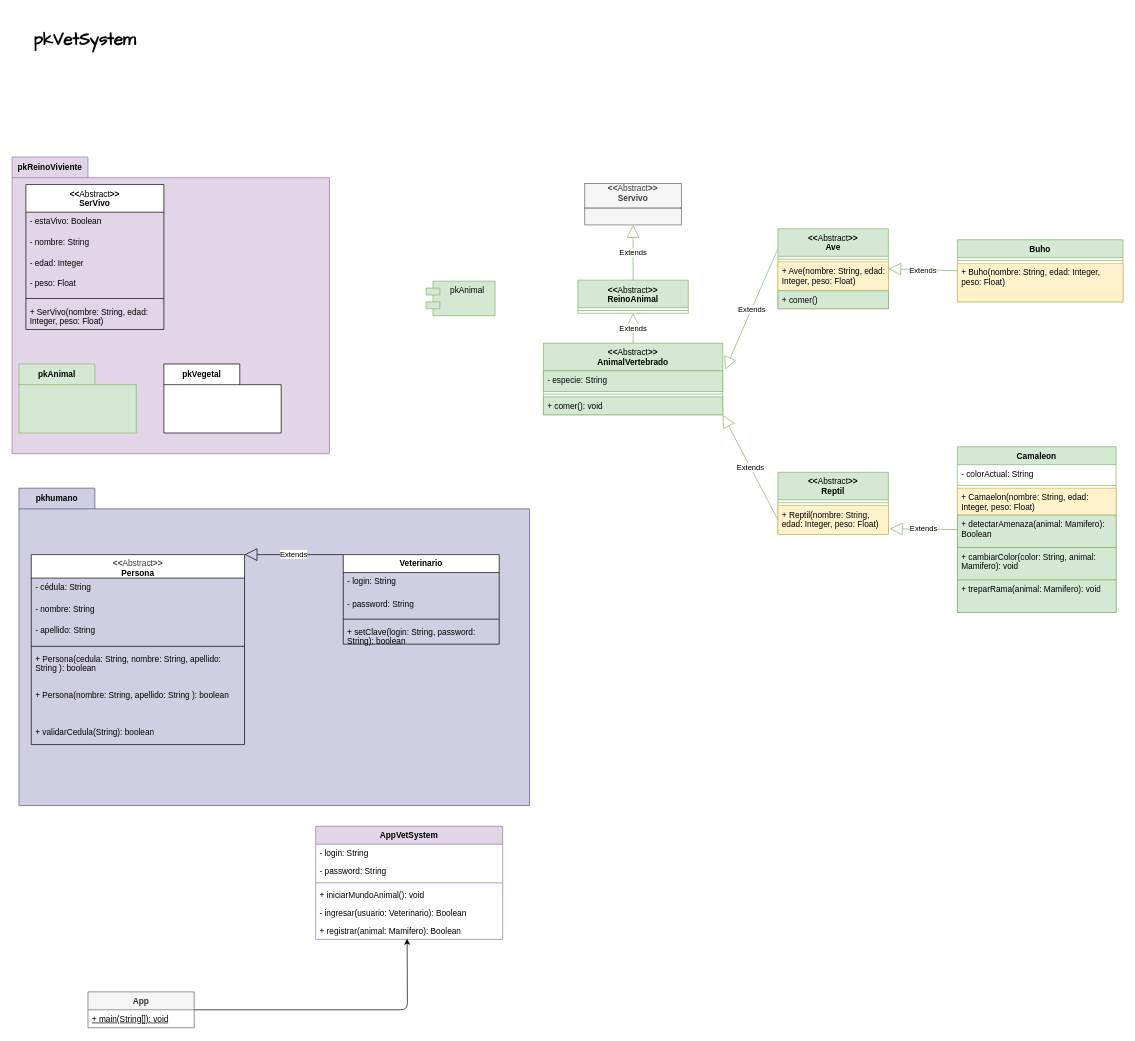
Earlier version of the draw.io diagram g1_ReinoAnimal/design/01ClassDiagram.drawio (Ariana0-0/g1_ReinoAnimal). Source tidied: cells renumbered, new cells numbered last; positions are measured from the earlier drawing's top-left corner, leaving out a move shared by most shapes. Both pictures are drawn from the tidied source at 69%, with x=0, y=0 at pixel (12, 12).
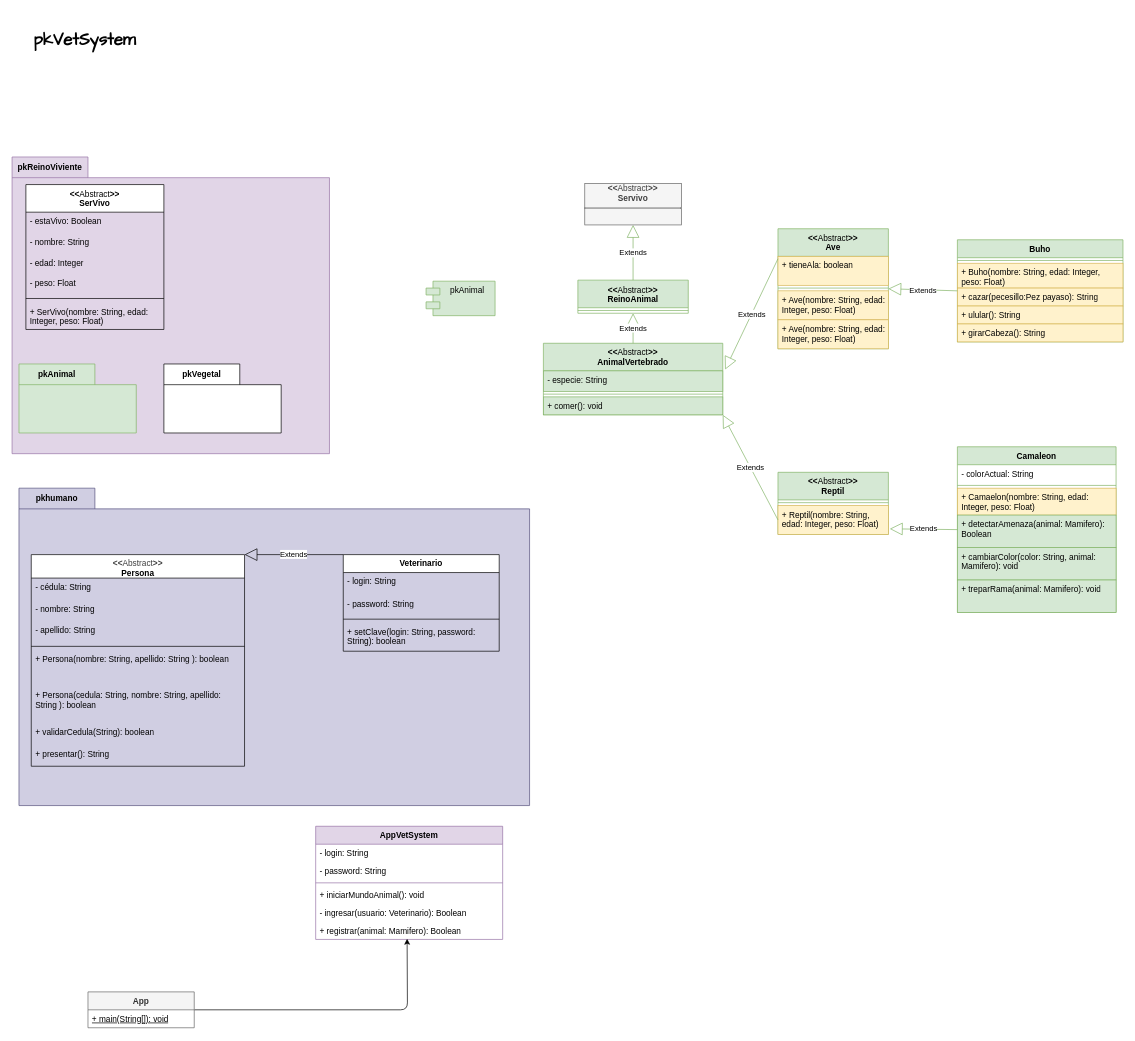
The same diagram, later.

The change refers to these unchanged cells:
```xml
<mxCell id="15" value="pkhumano" style="shape=folder;fontStyle=1;tabWidth=110;tabHeight=30;tabPosition=left;html=1;boundedLbl=1;labelInHeader=1;whiteSpace=wrap;fillColor=#d0cee2;strokeColor=#56517e;" parent="1" vertex="1">
  <mxGeometry x="10" y="690" width="740" height="460" as="geometry" />
</mxCell>
<mxCell id="17" style="group;" parent="15" vertex="1">
  <mxGeometry x="17.8" y="48" width="692.2" height="362" as="geometry" />
</mxCell>
```

Change to the diagram source:
```diff
@@
     <mxCell id="18" value="&lt;div&gt;&lt;span style=&quot;color: rgb(63, 63, 63);&quot;&gt;&amp;lt;&amp;lt;&lt;/span&gt;&lt;span style=&quot;color: rgb(63, 63, 63); scrollbar-color: rgb(226, 226, 226) rgb(251, 251, 251); font-weight: normal;&quot;&gt;Abstract&lt;/span&gt;&lt;span style=&quot;color: rgb(63, 63, 63);&quot;&gt;&amp;gt;&amp;gt;&lt;/span&gt;&lt;/div&gt;Persona&lt;div&gt;&lt;br&gt;&lt;/div&gt;" style="swimlane;fontStyle=1;align=center;verticalAlign=top;horizontal=1;startSize=34;whiteSpace=wrap;html=1;" parent="17" vertex="1">
-      <mxGeometry y="48.3" width="309.1" height="275.3" as="geometry" />
+      <mxGeometry y="48.3" width="309.1" height="306.7" as="geometry" />
     </mxCell>
@@
+    <mxCell id="24" value="+ Persona(nombre: String, apellido: String ): boolean&amp;nbsp;" style="text;strokeColor=none;fillColor=none;align=left;verticalAlign=top;spacingLeft=4;spacingRight=4;overflow=hidden;whiteSpace=wrap;html=1;" parent="18" vertex="1">
+      <mxGeometry y="137.8" width="309.1" height="53.1" as="geometry" />
+    </mxCell>
     <mxCell id="23" value="+ Persona(cedula: String, nombre: String, apellido: String ): boolean&amp;nbsp;" style="text;strokeColor=none;fillColor=none;align=left;verticalAlign=top;spacingLeft=4;spacingRight=4;overflow=hidden;whiteSpace=wrap;html=1;" parent="18" vertex="1">
-      <mxGeometry y="137.8" width="309.1" height="53.1" as="geometry" />
+      <mxGeometry y="190.9" width="309.1" height="53.1" as="geometry" />
     </mxCell>
-    <mxCell id="24" value="+ Persona(nombre: String, apellido: String ): boolean&amp;nbsp;" style="text;strokeColor=none;fillColor=none;align=left;verticalAlign=top;spacingLeft=4;spacingRight=4;overflow=hidden;whiteSpace=wrap;html=1;" parent="18" vertex="1">
-      <mxGeometry y="190.9" width="309.1" height="53.1" as="geometry" />
-    </mxCell>
@@
+    <mxCell id="74" value="+ presentar(): String" style="text;strokeColor=none;fillColor=none;align=left;verticalAlign=top;spacingLeft=4;spacingRight=4;overflow=hidden;whiteSpace=wrap;html=1;" parent="18" vertex="1">
+      <mxGeometry y="275.3" width="309.1" height="31.4" as="geometry" />
+    </mxCell>
     <mxCell id="26" value="&lt;div&gt;Veterinario&lt;/div&gt;" style="swimlane;fontStyle=1;align=center;verticalAlign=top;horizontal=1;startSize=26;whiteSpace=wrap;html=1;" parent="15" vertex="1">
-      <mxGeometry x="470" y="96.3" width="226" height="129.8" as="geometry" />
+      <mxGeometry x="470" y="96.3" width="226" height="140" as="geometry" />
     </mxCell>
@@
     <mxCell id="30" value="+ setClave(login: String, password: String): boolean" style="text;strokeColor=none;fillColor=none;align=left;verticalAlign=top;spacingLeft=4;spacingRight=4;overflow=hidden;whiteSpace=wrap;html=1;" parent="26" vertex="1">
-      <mxGeometry y="98.4" width="226" height="31.4" as="geometry" />
+      <mxGeometry y="98.4" width="226" height="41.6" as="geometry" />
     </mxCell>
@@
     <mxCell id="41" value="&lt;div&gt;&amp;lt;&amp;lt;&lt;span style=&quot;font-weight: normal;&quot;&gt;Abstract&lt;/span&gt;&amp;gt;&amp;gt;&lt;/div&gt;&lt;div&gt;Ave&lt;/div&gt;" style="swimlane;fontStyle=1;align=center;verticalAlign=top;horizontal=1;startSize=40;whiteSpace=wrap;html=1;fillColor=#d5e8d4;strokeColor=#82b366;" parent="1" vertex="1">
-      <mxGeometry x="1110" y="314" width="160" height="116" as="geometry" />
+      <mxGeometry x="1110" y="314" width="160" height="174" as="geometry" />
     </mxCell>
+    <mxCell id="75" value="+ tieneAla: boolean" style="text;strokeColor=#d6b656;fillColor=#fff2cc;align=left;verticalAlign=top;spacingLeft=4;spacingRight=4;overflow=hidden;whiteSpace=wrap;html=1;" parent="41" vertex="1">
+      <mxGeometry y="40" width="160" height="42" as="geometry" />
+    </mxCell>
     <mxCell id="42" style="line;strokeWidth=1;fillColor=#d5e8d4;align=left;verticalAlign=middle;spacingTop=-1;spacingLeft=3;spacingRight=3;labelPosition=right;strokeColor=#82b366;" parent="41" vertex="1">
-      <mxGeometry y="40" width="160" height="8" as="geometry" />
+      <mxGeometry y="82" width="160" height="8" as="geometry" />
     </mxCell>
     <mxCell id="43" value="+ Ave(&lt;span style=&quot;color: rgb(0, 0, 0);&quot;&gt;nombre: String, edad: Integer, peso: Float&lt;/span&gt;)" style="text;strokeColor=#d6b656;fillColor=#fff2cc;align=left;verticalAlign=top;spacingLeft=4;spacingRight=4;overflow=hidden;whiteSpace=wrap;html=1;" parent="41" vertex="1">
-      <mxGeometry y="48" width="160" height="42" as="geometry" />
+      <mxGeometry y="90" width="160" height="42" as="geometry" />
     </mxCell>
-    <mxCell id="44" value="+ comer()" style="text;strokeColor=#82b366;fillColor=#d5e8d4;align=left;verticalAlign=top;spacingLeft=4;spacingRight=4;overflow=hidden;whiteSpace=wrap;html=1;" parent="41" vertex="1">
-      <mxGeometry y="90" width="160" height="26" as="geometry" />
-    </mxCell>
+    <mxCell id="76" value="+ Ave(&lt;span style=&quot;color: rgb(0, 0, 0);&quot;&gt;nombre: String, edad: Integer, peso: Float&lt;/span&gt;)" style="text;strokeColor=#d6b656;fillColor=#fff2cc;align=left;verticalAlign=top;spacingLeft=4;spacingRight=4;overflow=hidden;whiteSpace=wrap;html=1;" parent="41" vertex="1">
+      <mxGeometry y="132" width="160" height="42" as="geometry" />
+    </mxCell>
@@
     <mxCell id="46" value="&lt;div&gt;Buho&lt;/div&gt;" style="swimlane;fontStyle=1;align=center;verticalAlign=top;horizontal=1;startSize=26;whiteSpace=wrap;html=1;fillColor=#d5e8d4;strokeColor=#82b366;" parent="1" vertex="1">
-      <mxGeometry x="1370" y="330" width="240" height="90" as="geometry" />
+      <mxGeometry x="1370" y="330" width="240" height="148" as="geometry" />
     </mxCell>
@@
     <mxCell id="48" value="+ Buho(&lt;span style=&quot;color: rgb(0, 0, 0);&quot;&gt;nombre: String, edad: Integer, peso: Float&lt;/span&gt;)" style="text;strokeColor=#d6b656;fillColor=#fff2cc;align=left;verticalAlign=top;spacingLeft=4;spacingRight=4;overflow=hidden;whiteSpace=wrap;html=1;" parent="46" vertex="1">
-      <mxGeometry y="34" width="240" height="56" as="geometry" />
+      <mxGeometry y="34" width="240" height="36" as="geometry" />
     </mxCell>
+    <mxCell id="77" value="+ cazar(pecesillo:Pez payaso): String" style="text;strokeColor=#d6b656;fillColor=#fff2cc;align=left;verticalAlign=top;spacingLeft=4;spacingRight=4;overflow=hidden;whiteSpace=wrap;html=1;" parent="46" vertex="1">
+      <mxGeometry y="70" width="240" height="26" as="geometry" />
+    </mxCell>
+    <mxCell id="78" value="+ ulular(): String" style="text;strokeColor=#d6b656;fillColor=#fff2cc;align=left;verticalAlign=top;spacingLeft=4;spacingRight=4;overflow=hidden;whiteSpace=wrap;html=1;" parent="46" vertex="1">
+      <mxGeometry y="96" width="240" height="26" as="geometry" />
+    </mxCell>
+    <mxCell id="79" value="+ girarCabeza(): String" style="text;strokeColor=#d6b656;fillColor=#fff2cc;align=left;verticalAlign=top;spacingLeft=4;spacingRight=4;overflow=hidden;whiteSpace=wrap;html=1;" parent="46" vertex="1">
+      <mxGeometry y="122" width="240" height="26" as="geometry" />
+    </mxCell>
```
